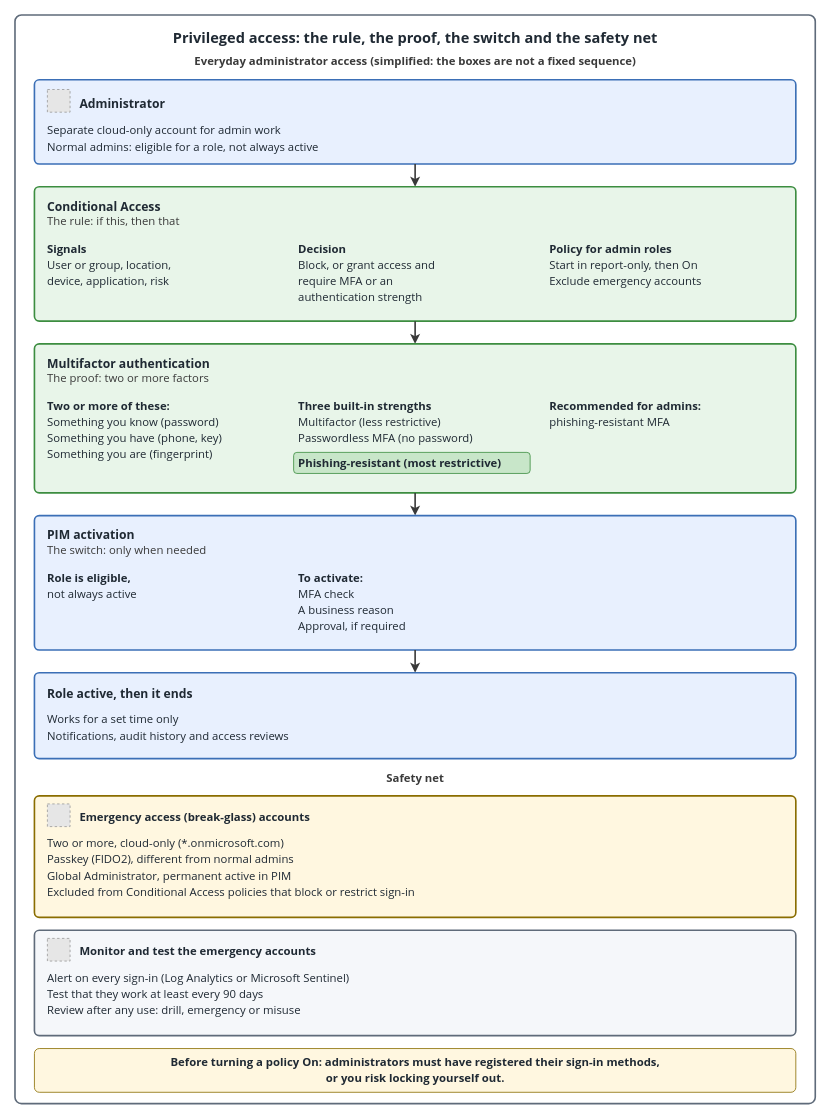
This is src/diagrams/post-08-privileged-access-flow.drawio from AddySidd27/cloud-ai-notes, a draw.io file, before an edit. Source tidied: cells renumbered, new cells numbered last; positions are measured from the earlier drawing's top-left corner, leaving out a move shared by most shapes. Both pictures are drawn from the tidied source at 81%, with x=0, y=0 at pixel (15, 15). Pictures stored in the file or linked from it are replaced by grey dashed boxes.
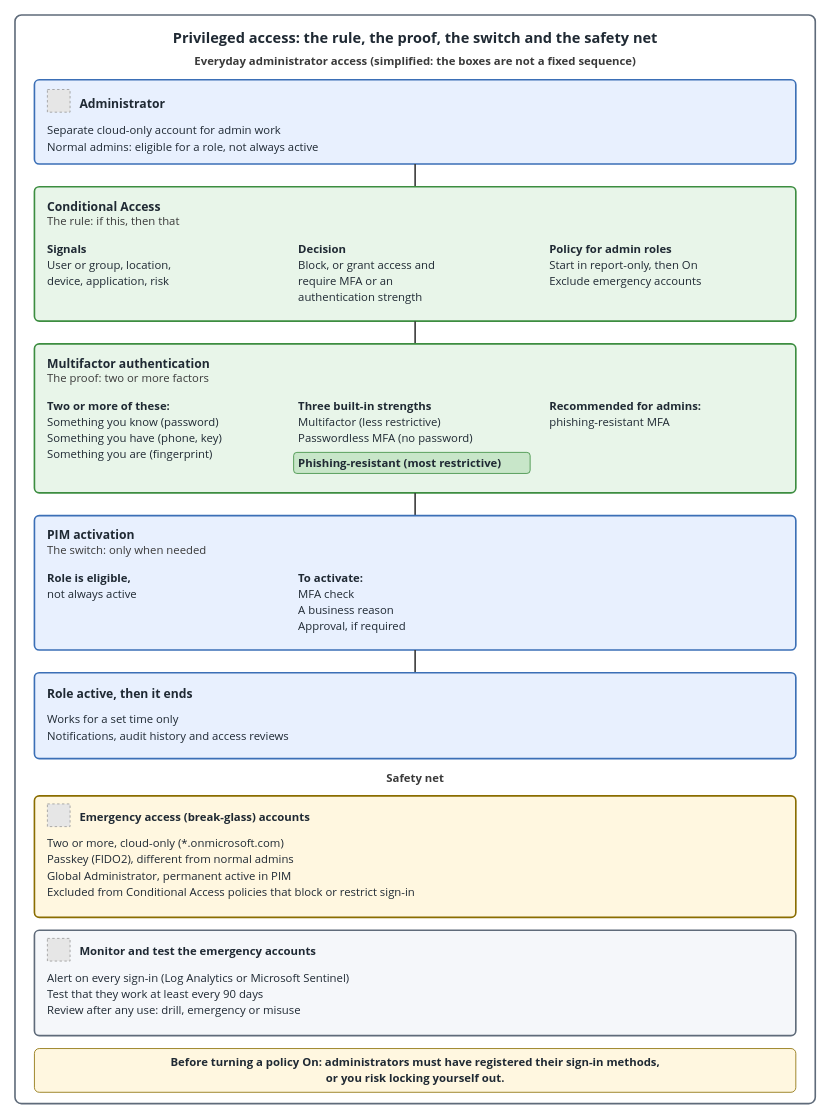
Above is the later version.

Diff of the diagram source:
```diff
@@
-    <mxCell id="10" style="edgeStyle=none;html=1;strokeColor=#3a3a3a;strokeWidth=2;endArrow=classic;endFill=1;" parent="1" edge="1">
+    <mxCell id="10" style="edgeStyle=none;html=1;strokeColor=#3a3a3a;strokeWidth=2;endArrow=none;" parent="1" edge="1">
       <mxGeometry relative="1" as="geometry">
         <mxPoint x="494" y="184" as="sourcePoint" />
         <mxPoint x="494" y="212" as="targetPoint" />
       </mxGeometry>
     </mxCell>
@@
-    <mxCell id="24" style="edgeStyle=none;html=1;strokeColor=#3a3a3a;strokeWidth=2;endArrow=classic;endFill=1;" parent="1" edge="1">
+    <mxCell id="24" style="edgeStyle=none;html=1;strokeColor=#3a3a3a;strokeWidth=2;endArrow=none;" parent="1" edge="1">
       <mxGeometry relative="1" as="geometry">
         <mxPoint x="494" y="378" as="sourcePoint" />
         <mxPoint x="494" y="406" as="targetPoint" />
       </mxGeometry>
     </mxCell>
@@
-    <mxCell id="39" style="edgeStyle=none;html=1;strokeColor=#3a3a3a;strokeWidth=2;endArrow=classic;endFill=1;" parent="1" edge="1">
+    <mxCell id="39" style="edgeStyle=none;html=1;strokeColor=#3a3a3a;strokeWidth=2;endArrow=none;" parent="1" edge="1">
       <mxGeometry relative="1" as="geometry">
         <mxPoint x="494" y="590" as="sourcePoint" />
         <mxPoint x="494" y="618" as="targetPoint" />
       </mxGeometry>
     </mxCell>
@@
-    <mxCell id="49" style="edgeStyle=none;html=1;strokeColor=#3a3a3a;strokeWidth=2;endArrow=classic;endFill=1;" parent="1" edge="1">
+    <mxCell id="49" style="edgeStyle=none;html=1;strokeColor=#3a3a3a;strokeWidth=2;endArrow=none;" parent="1" edge="1">
       <mxGeometry relative="1" as="geometry">
         <mxPoint x="494" y="784" as="sourcePoint" />
         <mxPoint x="494" y="812" as="targetPoint" />
       </mxGeometry>
     </mxCell>
```
